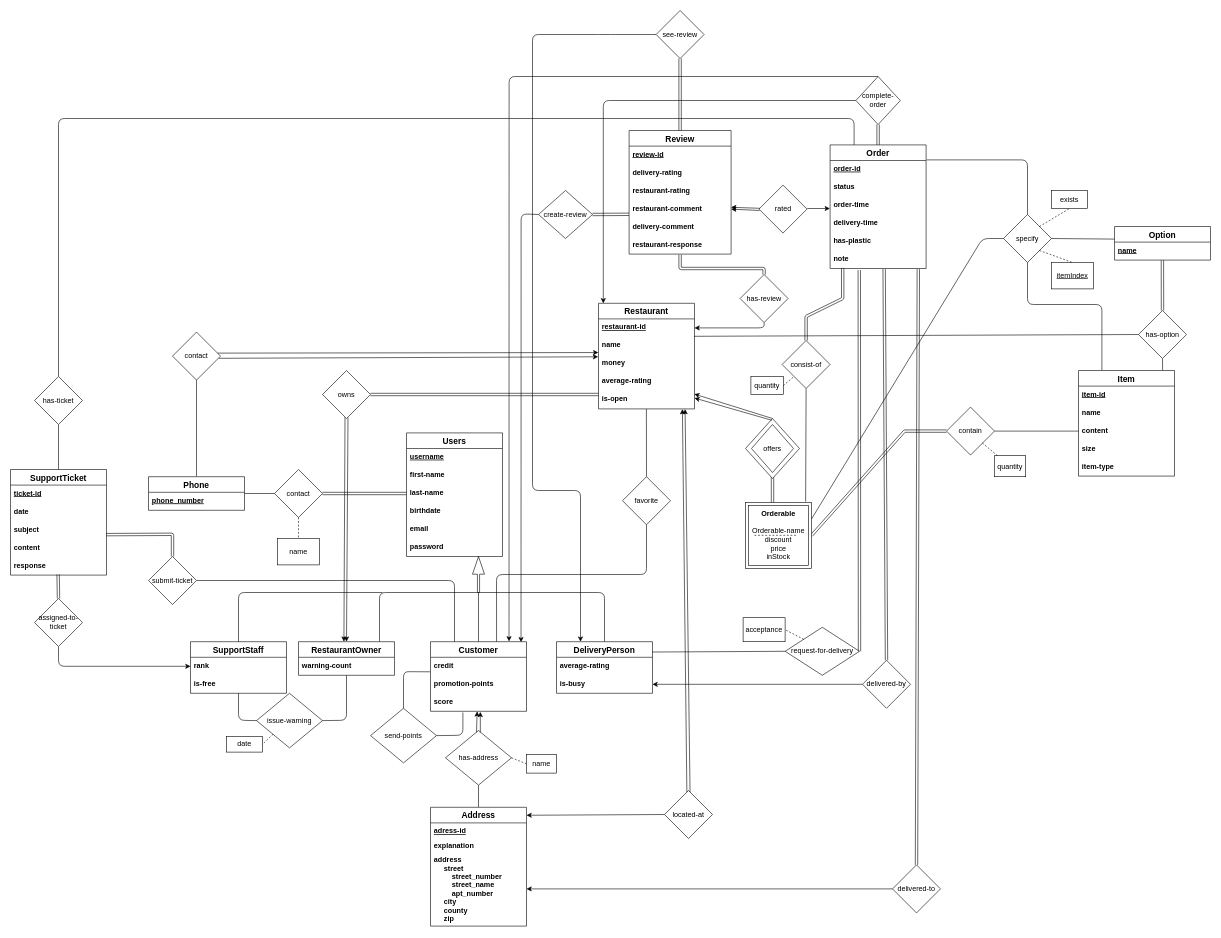
Earlier version of the draw.io diagram Proposal/FoodOrderDeliverySystemERDiagram.drawio (Bozcomlekci/CS353-Project). Source tidied: cells renumbered, new cells numbered last; positions are measured from the earlier drawing's top-left corner, leaving out a move shared by most shapes. Both pictures are drawn from the tidied source at 60%, with x=0, y=0 at pixel (10, 10).
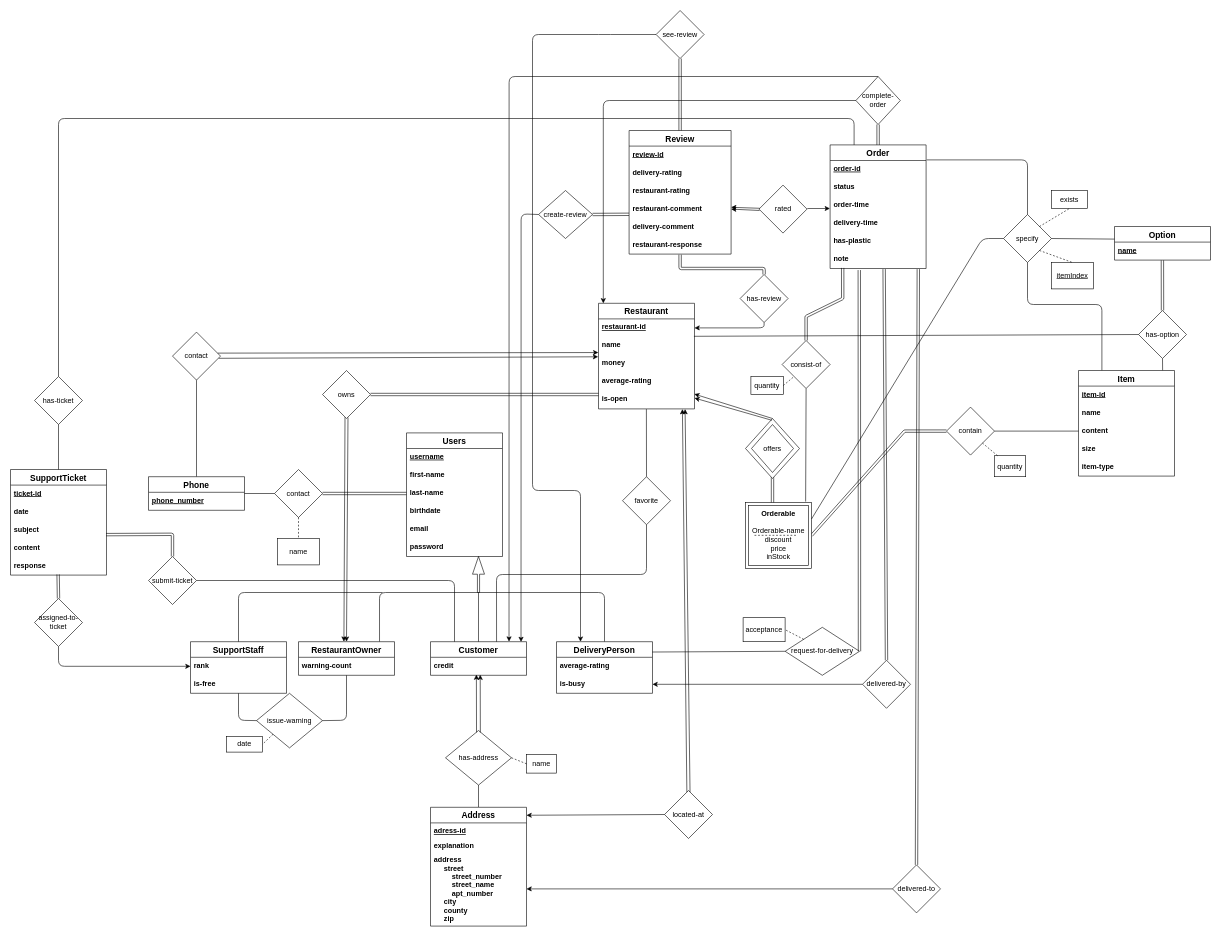
After the change.

Commit message (it also covers changes not shown here):
Remove points and score from customer in ER diagram, also updated the picture.

Unchanged cells that the change refers to:
```xml
<mxCell id="32" value="has-address" style="rhombus;whiteSpace=wrap;html=1;" parent="1" vertex="1">
  <mxGeometry x="725" y="1200" width="110" height="91" as="geometry" />
</mxCell>
<mxCell id="55" value="credit" style="text;strokeColor=none;fillColor=none;spacingLeft=4;spacingRight=4;overflow=hidden;points=[[0,0.5],[1,0.5]];portConstraint=eastwest;fontSize=12;fontStyle=1;" parent="54" vertex="1">
  <mxGeometry y="26" width="160" height="30" as="geometry" />
</mxCell>
```

The edit, as a diff of the source:
```diff
@@
-    <mxCell id="33" style="endArrow=classic;html=1;exitX=0.47;exitY=0.035;exitDx=0;exitDy=0;exitPerimeter=0;entryX=0.486;entryY=1.007;entryDx=0;entryDy=0;entryPerimeter=0;" parent="1" edge="1" source="32" target="57">
+    <mxCell id="33" style="endArrow=classic;html=1;exitX=0.47;exitY=0.035;exitDx=0;exitDy=0;exitPerimeter=0;entryX=0.478;entryY=0.96;entryDx=0;entryDy=0;entryPerimeter=0;" parent="1" edge="1" source="32" target="55">
       <mxGeometry relative="1" as="geometry" />
     </mxCell>
@@
     <mxCell id="54" value="Customer" style="swimlane;fontStyle=1;horizontal=1;startSize=26;align=center;fontSize=14;" parent="1" vertex="1">
-      <mxGeometry x="700" y="1052" width="160" height="116" as="geometry" />
+      <mxGeometry x="700" y="1052" width="160" height="56" as="geometry" />
     </mxCell>
@@
-    <mxCell id="56" value="promotion-points" style="text;strokeColor=none;fillColor=none;spacingLeft=4;spacingRight=4;overflow=hidden;fontSize=12;fontStyle=1;" parent="54" vertex="1">
-      <mxGeometry y="56" width="160" height="30" as="geometry" />
-    </mxCell>
-    <mxCell id="57" value="score" style="text;strokeColor=none;fillColor=none;spacingLeft=4;spacingRight=4;overflow=hidden;points=[[0,0.5],[1,0.5]];portConstraint=eastwest;fontSize=12;fontStyle=1;" parent="54" vertex="1">
-      <mxGeometry y="86" width="160" height="30" as="geometry" />
-    </mxCell>
@@
-    <mxCell id="59" style="endArrow=classic;html=1;exitX=0.528;exitY=0.037;exitDx=0;exitDy=0;exitPerimeter=0;" parent="1" edge="1" source="32">
-      <mxGeometry relative="1" as="geometry">
-        <mxPoint x="783" y="1169" as="targetPoint" />
-      </mxGeometry>
+    <mxCell id="59" style="endArrow=classic;html=1;exitX=0.528;exitY=0.037;exitDx=0;exitDy=0;exitPerimeter=0;entryX=0.518;entryY=0.969;entryDx=0;entryDy=0;entryPerimeter=0;" parent="1" edge="1" source="32" target="55">
+      <mxGeometry relative="1" as="geometry" />
     </mxCell>
@@
-    <mxCell id="146" value="send-points" style="rhombus;whiteSpace=wrap;html=1;" parent="1" vertex="1">
-      <mxGeometry x="600" y="1163" width="110" height="91" as="geometry" />
-    </mxCell>
-    <mxCell id="147" style="endArrow=none;html=1;exitX=0.5;exitY=0;exitDx=0;exitDy=0;entryX=-0.005;entryY=0.806;entryDx=0;entryDy=0;entryPerimeter=0;" parent="1" edge="1" source="146" target="55">
-      <mxGeometry relative="1" as="geometry">
-        <Array as="points">
-          <mxPoint x="655" y="1102" />
-          <mxPoint x="670" y="1102" />
-        </Array>
-      </mxGeometry>
-    </mxCell>
-    <mxCell id="148" style="endArrow=none;html=1;exitX=1;exitY=0.5;exitDx=0;exitDy=0;" parent="1" edge="1" source="146">
-      <mxGeometry relative="1" as="geometry">
-        <mxPoint x="754" y="1170" as="targetPoint" />
-        <Array as="points">
-          <mxPoint x="754" y="1208" />
-        </Array>
-      </mxGeometry>
-    </mxCell>
```
